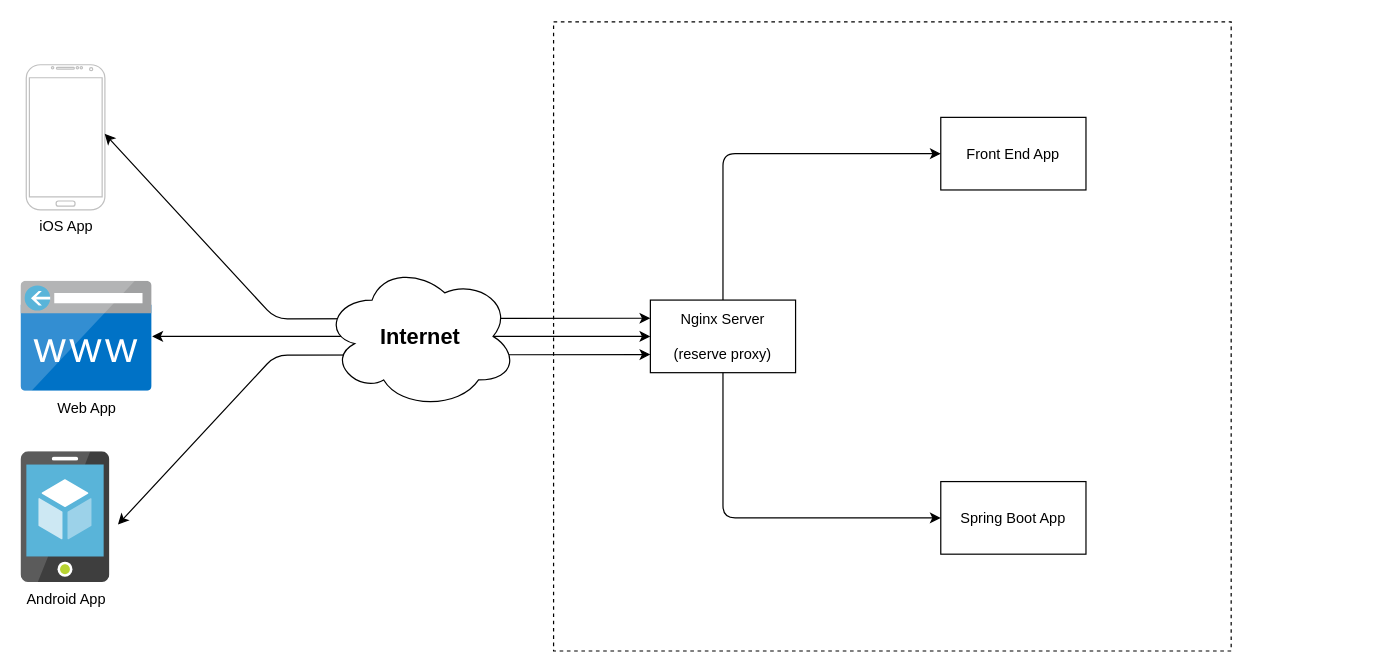
This is Untitled Diagram.drawio from abelo003/models, a draw.io file, before an edit. Source tidied: cells renumbered, new cells numbered last; positions are measured from the earlier drawing's top-left corner, leaving out a move shared by most shapes. Both pictures are drawn from the tidied source at 121%, with x=0, y=0 at pixel (21, 21).
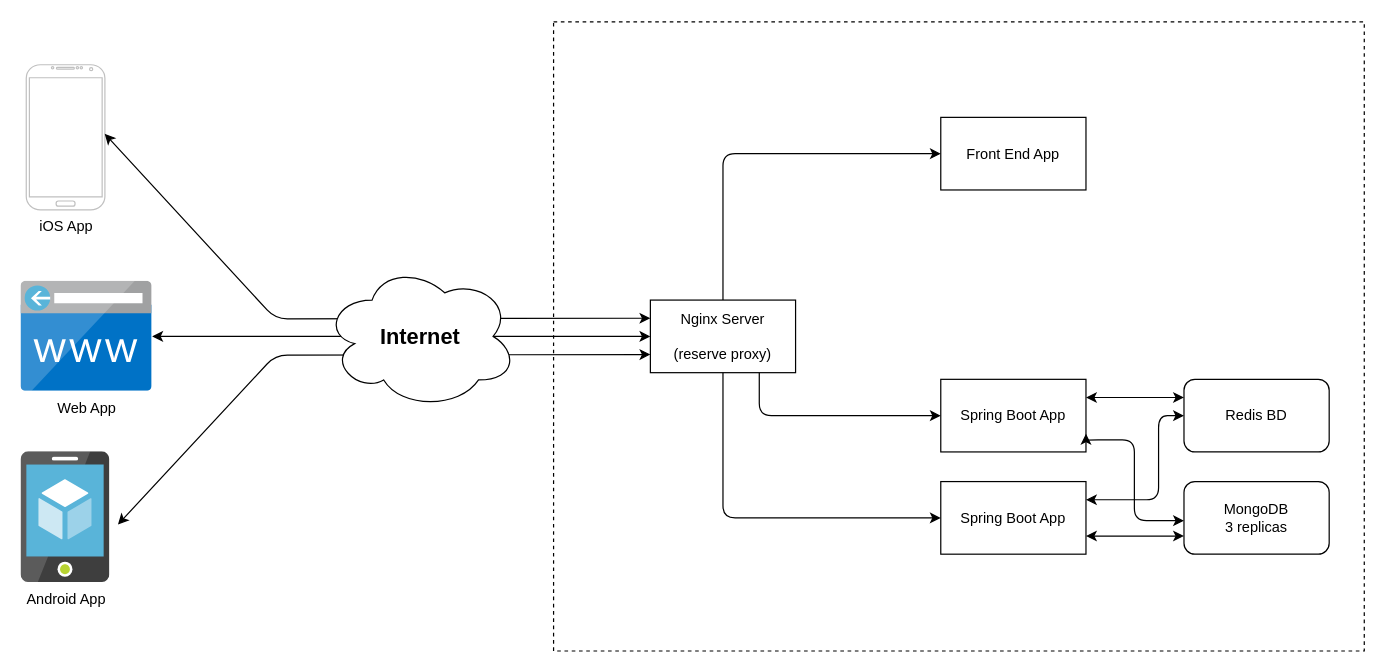
After the change.

The change refers to these unchanged cells:
```xml
<mxCell id="5" value="Spring Boot App" style="rounded=0;whiteSpace=wrap;html=1;" parent="1" vertex="1">
  <mxGeometry x="760" y="380.5" width="120" height="60" as="geometry" />
</mxCell>
```

Diff of the diagram source:
```diff
@@
     <mxCell id="2" style="rounded=0;whiteSpace=wrap;html=1;labelBackgroundColor=none;fillColor=none;dashed=1;" parent="1" vertex="1">
-      <mxGeometry x="440" y="0.5" width="560" height="520" as="geometry" />
+      <mxGeometry x="440" y="0.5" width="670" height="520" as="geometry" />
     </mxCell>
@@
+    <mxCell id="15" value="Spring Boot App" style="rounded=0;whiteSpace=wrap;html=1;" parent="1" vertex="1">
+      <mxGeometry x="760" y="296" width="120" height="60" as="geometry" />
+    </mxCell>
+    <mxCell id="16" style="endArrow=classic;html=1;entryX=0;entryY=0.5;entryDx=0;entryDy=0;exitX=0.5;exitY=1;exitDx=0;exitDy=0;" parent="1" edge="1" target="15">
+      <mxGeometry relative="1" as="geometry">
+        <mxPoint x="610" y="290.5" as="sourcePoint" />
+        <Array as="points">
+          <mxPoint x="610" y="326" />
+        </Array>
+      </mxGeometry>
+    </mxCell>
+    <mxCell id="17" value="Redis BD" style="rounded=1;whiteSpace=wrap;html=1;" parent="1" vertex="1">
+      <mxGeometry x="961" y="296" width="120" height="60" as="geometry" />
+    </mxCell>
+    <mxCell id="18" value="&lt;div&gt;MongoDB&lt;/div&gt;&lt;div&gt;3 replicas&lt;br&gt;&lt;/div&gt;" style="rounded=1;whiteSpace=wrap;html=1;" parent="1" vertex="1">
+      <mxGeometry x="961" y="380.5" width="120" height="60" as="geometry" />
+    </mxCell>
+    <mxCell id="19" style="endArrow=classic;startArrow=classic;html=1;exitX=1;exitY=0.75;exitDx=0;exitDy=0;entryX=0;entryY=0.75;entryDx=0;entryDy=0;" parent="1" edge="1" source="5" target="18">
+      <mxGeometry relative="1" as="geometry" />
+    </mxCell>
+    <mxCell id="20" style="endArrow=classic;startArrow=classic;html=1;exitX=1;exitY=0.75;exitDx=0;exitDy=0;edgeStyle=orthogonalEdgeStyle;" parent="1" edge="1" source="15">
+      <mxGeometry relative="1" as="geometry">
+        <mxPoint x="961" y="412.8" as="targetPoint" />
+        <Array as="points">
+          <mxPoint x="880" y="346" />
+          <mxPoint x="920" y="346" />
+          <mxPoint x="920" y="413" />
+        </Array>
+      </mxGeometry>
+    </mxCell>
+    <mxCell id="21" style="endArrow=classic;startArrow=classic;html=1;exitX=1;exitY=0.25;exitDx=0;exitDy=0;entryX=0;entryY=0.25;entryDx=0;entryDy=0;" parent="1" edge="1" source="15" target="17">
+      <mxGeometry relative="1" as="geometry" />
+    </mxCell>
+    <mxCell id="22" style="endArrow=classic;startArrow=classic;html=1;exitX=1;exitY=0.25;exitDx=0;exitDy=0;edgeStyle=orthogonalEdgeStyle;" parent="1" edge="1" source="5" target="17">
+      <mxGeometry relative="1" as="geometry">
+        <Array as="points">
+          <mxPoint x="940" y="396" />
+          <mxPoint x="940" y="326" />
+        </Array>
+      </mxGeometry>
+    </mxCell>
```
